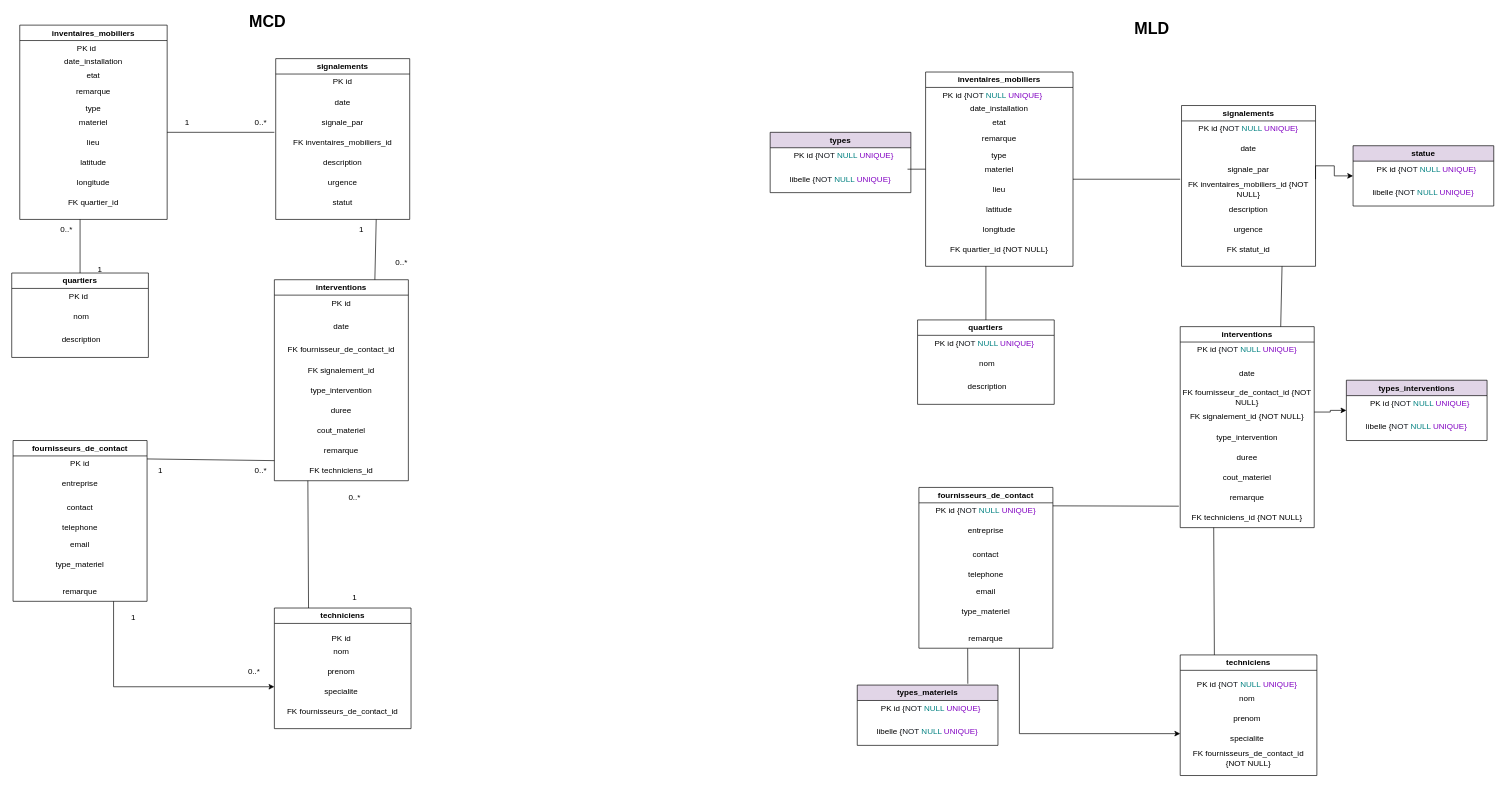
Above: MCD.drawio in justinestalder-svg/Analyse-des-d-lais-de-traitement-par-quartier (draw.io), before the change. Source tidied: cells renumbered, new cells numbered last; positions are measured from the earlier drawing's top-left corner, leaving out a move shared by most shapes. Both pictures are drawn from the tidied source at 67%, with x=0, y=0 at pixel (11, 11).
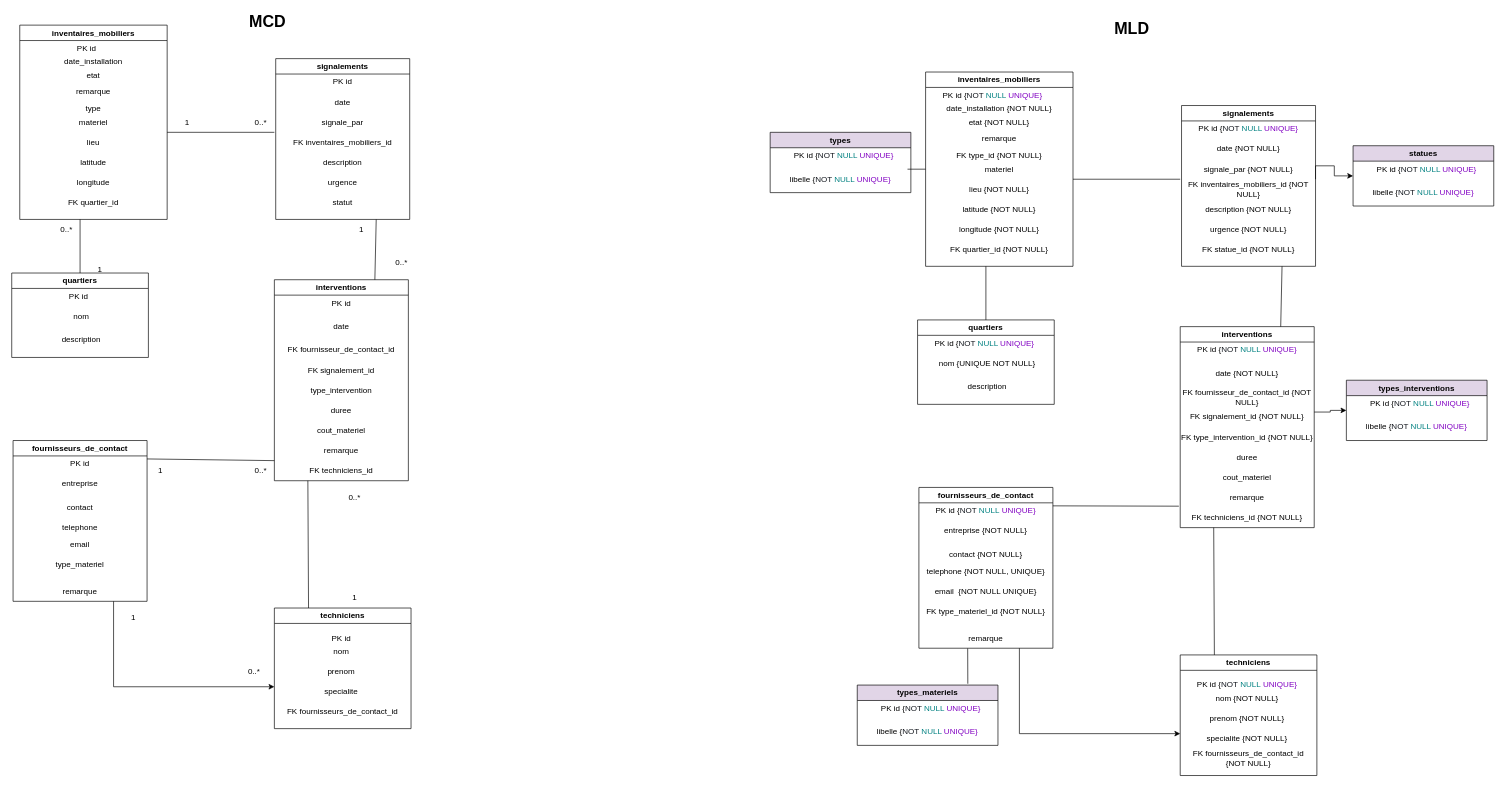
Above is the later version.

Commit message:
Mettre à jour MCD.drawio

Unchanged cells that the change refers to:
```xml
<mxCell id="69" value="fournisseurs_de_contact" style="swimlane;whiteSpace=wrap;html=1;" parent="1" vertex="1">
  <mxGeometry x="1354" y="710" width="200" height="240" as="geometry" />
</mxCell>
<mxCell id="77" value="interventions" style="swimlane;whiteSpace=wrap;html=1;" parent="1" vertex="1">
  <mxGeometry x="1744" y="470" width="200" height="300" as="geometry" />
</mxCell>
<mxCell id="87" value="inventaires_mobiliers" style="swimlane;whiteSpace=wrap;html=1;rounded=0;align=center;verticalAlign=middle;fontFamily=Helvetica;fontSize=12;fontColor=default;fillColor=none;gradientColor=none;" parent="1" vertex="1">
  <mxGeometry x="1364" y="90" width="220" height="290" as="geometry" />
</mxCell>
<mxCell id="98" value="signalements" style="swimlane;whiteSpace=wrap;html=1;" parent="1" vertex="1">
  <mxGeometry x="1746" y="140" width="200" height="240" as="geometry" />
</mxCell>
<mxCell id="109" value="quartiers" style="swimlane;whiteSpace=wrap;html=1;" parent="1" vertex="1">
  <mxGeometry x="1352" y="460" width="204" height="126" as="geometry" />
</mxCell>
<mxCell id="113" value="techniciens" style="swimlane;whiteSpace=wrap;html=1;startSize=23;" parent="1" vertex="1">
  <mxGeometry x="1744" y="960" width="204" height="180" as="geometry" />
</mxCell>
```

What changed in the source:
```diff
@@
     <mxCell id="68" value="&lt;font style=&quot;font-size: 24px;&quot;&gt;&lt;b&gt;MLD&lt;/b&gt;&lt;/font&gt;" style="text;html=1;whiteSpace=wrap;strokeColor=none;fillColor=none;align=center;verticalAlign=middle;rounded=0;" parent="1" vertex="1">
-      <mxGeometry x="1672" y="10" width="60" height="30" as="geometry" />
+      <mxGeometry x="1642" y="10" width="60" height="30" as="geometry" />
     </mxCell>
@@
-    <mxCell id="71" value="entreprise" style="text;html=1;whiteSpace=wrap;strokeColor=none;fillColor=none;align=center;verticalAlign=middle;rounded=0;" parent="69" vertex="1">
+    <mxCell id="71" value="entreprise {NOT NULL}" style="text;html=1;whiteSpace=wrap;strokeColor=none;fillColor=none;align=center;verticalAlign=middle;rounded=0;" parent="69" vertex="1">
       <mxGeometry y="50" width="200" height="30" as="geometry" />
     </mxCell>
-    <mxCell id="72" value="contact" style="text;html=1;whiteSpace=wrap;strokeColor=none;fillColor=none;align=center;verticalAlign=middle;rounded=0;" parent="69" vertex="1">
+    <mxCell id="72" value="contact {NOT NULL}" style="text;html=1;whiteSpace=wrap;strokeColor=none;fillColor=none;align=center;verticalAlign=middle;rounded=0;" parent="69" vertex="1">
       <mxGeometry y="85" width="200" height="30" as="geometry" />
     </mxCell>
-    <mxCell id="73" value="email" style="text;html=1;whiteSpace=wrap;strokeColor=none;fillColor=none;align=center;verticalAlign=middle;rounded=0;" parent="69" vertex="1">
+    <mxCell id="73" value="email&amp;nbsp; {NOT NULL UNIQUE}" style="text;html=1;whiteSpace=wrap;strokeColor=none;fillColor=none;align=center;verticalAlign=middle;rounded=0;" parent="69" vertex="1">
       <mxGeometry y="140" width="200" height="30" as="geometry" />
     </mxCell>
-    <mxCell id="74" value="type_materiel" style="text;html=1;whiteSpace=wrap;strokeColor=none;fillColor=none;align=center;verticalAlign=middle;rounded=0;" parent="69" vertex="1">
+    <mxCell id="74" value="FK type_materiel_id {NOT NULL}" style="text;html=1;whiteSpace=wrap;strokeColor=none;fillColor=none;align=center;verticalAlign=middle;rounded=0;" parent="69" vertex="1">
       <mxGeometry y="170" width="200" height="30" as="geometry" />
     </mxCell>
@@
-    <mxCell id="76" value="telephone" style="text;html=1;whiteSpace=wrap;strokeColor=none;fillColor=none;align=center;verticalAlign=middle;rounded=0;" parent="69" vertex="1">
-      <mxGeometry y="115" width="200" height="30" as="geometry" />
+    <mxCell id="76" value="telephone {NOT NULL, UNIQUE}" style="text;html=1;whiteSpace=wrap;strokeColor=none;fillColor=none;align=center;verticalAlign=middle;rounded=0;" parent="69" vertex="1">
+      <mxGeometry y="110" width="200" height="30" as="geometry" />
     </mxCell>
@@
-    <mxCell id="79" value="date" style="text;html=1;whiteSpace=wrap;strokeColor=none;fillColor=none;align=center;verticalAlign=middle;rounded=0;" parent="77" vertex="1">
+    <mxCell id="79" value="date {NOT NULL}" style="text;html=1;whiteSpace=wrap;strokeColor=none;fillColor=none;align=center;verticalAlign=middle;rounded=0;" parent="77" vertex="1">
       <mxGeometry y="55" width="200" height="30" as="geometry" />
     </mxCell>
-    <mxCell id="80" value="type_intervention" style="text;html=1;whiteSpace=wrap;strokeColor=none;fillColor=none;align=center;verticalAlign=middle;rounded=0;" parent="77" vertex="1">
+    <mxCell id="80" value="FK type_intervention_id {NOT NULL}" style="text;html=1;whiteSpace=wrap;strokeColor=none;fillColor=none;align=center;verticalAlign=middle;rounded=0;" parent="77" vertex="1">
       <mxGeometry y="150" width="200" height="30" as="geometry" />
     </mxCell>
@@
-    <mxCell id="89" value="date_installation" style="text;html=1;whiteSpace=wrap;strokeColor=none;fillColor=none;align=center;verticalAlign=middle;rounded=0;" parent="87" vertex="1">
+    <mxCell id="89" value="date_installation {NOT NULL}" style="text;html=1;whiteSpace=wrap;strokeColor=none;fillColor=none;align=center;verticalAlign=middle;rounded=0;" parent="87" vertex="1">
       <mxGeometry x="10" y="40" width="200" height="30" as="geometry" />
     </mxCell>
-    <mxCell id="90" value="etat" style="text;html=1;whiteSpace=wrap;strokeColor=none;fillColor=none;align=center;verticalAlign=middle;rounded=0;" parent="87" vertex="1">
+    <mxCell id="90" value="etat {NOT NULL}" style="text;html=1;whiteSpace=wrap;strokeColor=none;fillColor=none;align=center;verticalAlign=middle;rounded=0;" parent="87" vertex="1">
       <mxGeometry x="10" y="60" width="200" height="30" as="geometry" />
     </mxCell>
@@
-    <mxCell id="92" value="type" style="text;html=1;whiteSpace=wrap;strokeColor=none;fillColor=none;align=center;verticalAlign=middle;rounded=0;fontFamily=Helvetica;fontSize=12;fontColor=default;" parent="87" vertex="1">
+    <mxCell id="92" value="FK type_id {NOT NULL}" style="text;html=1;whiteSpace=wrap;strokeColor=none;fillColor=none;align=center;verticalAlign=middle;rounded=0;fontFamily=Helvetica;fontSize=12;fontColor=default;" parent="87" vertex="1">
       <mxGeometry x="10" y="110" width="200" height="30" as="geometry" />
     </mxCell>
@@
-    <mxCell id="94" value="lieu" style="text;html=1;whiteSpace=wrap;strokeColor=none;fillColor=none;align=center;verticalAlign=middle;rounded=0;fontFamily=Helvetica;fontSize=12;fontColor=default;" parent="87" vertex="1">
+    <mxCell id="94" value="lieu {NOT NULL}" style="text;html=1;whiteSpace=wrap;strokeColor=none;fillColor=none;align=center;verticalAlign=middle;rounded=0;fontFamily=Helvetica;fontSize=12;fontColor=default;" parent="87" vertex="1">
       <mxGeometry x="10" y="160" width="200" height="30" as="geometry" />
     </mxCell>
-    <mxCell id="95" value="latitude" style="text;html=1;whiteSpace=wrap;strokeColor=none;fillColor=none;align=center;verticalAlign=middle;rounded=0;fontFamily=Helvetica;fontSize=12;fontColor=default;" parent="87" vertex="1">
+    <mxCell id="95" value="latitude {NOT NULL}" style="text;html=1;whiteSpace=wrap;strokeColor=none;fillColor=none;align=center;verticalAlign=middle;rounded=0;fontFamily=Helvetica;fontSize=12;fontColor=default;" parent="87" vertex="1">
       <mxGeometry x="10" y="190" width="200" height="30" as="geometry" />
     </mxCell>
-    <mxCell id="96" value="longitude" style="text;html=1;whiteSpace=wrap;strokeColor=none;fillColor=none;align=center;verticalAlign=middle;rounded=0;fontFamily=Helvetica;fontSize=12;fontColor=default;" parent="87" vertex="1">
+    <mxCell id="96" value="longitude {NOT NULL}" style="text;html=1;whiteSpace=wrap;strokeColor=none;fillColor=none;align=center;verticalAlign=middle;rounded=0;fontFamily=Helvetica;fontSize=12;fontColor=default;" parent="87" vertex="1">
       <mxGeometry x="10" y="220" width="200" height="30" as="geometry" />
     </mxCell>
@@
-    <mxCell id="100" value="date" style="text;html=1;whiteSpace=wrap;strokeColor=none;fillColor=none;align=center;verticalAlign=middle;rounded=0;" parent="98" vertex="1">
+    <mxCell id="100" value="date {NOT NULL}" style="text;html=1;whiteSpace=wrap;strokeColor=none;fillColor=none;align=center;verticalAlign=middle;rounded=0;" parent="98" vertex="1">
       <mxGeometry y="50" width="200" height="30" as="geometry" />
     </mxCell>
-    <mxCell id="101" value="signale_par" style="text;html=1;whiteSpace=wrap;strokeColor=none;fillColor=none;align=center;verticalAlign=middle;rounded=0;" parent="98" vertex="1">
+    <mxCell id="101" value="signale_par {NOT NULL}" style="text;html=1;whiteSpace=wrap;strokeColor=none;fillColor=none;align=center;verticalAlign=middle;rounded=0;" parent="98" vertex="1">
       <mxGeometry y="80" width="200" height="30" as="geometry" />
     </mxCell>
-    <mxCell id="102" value="description" style="text;html=1;whiteSpace=wrap;strokeColor=none;fillColor=none;align=center;verticalAlign=middle;rounded=0;" parent="98" vertex="1">
+    <mxCell id="102" value="description {NOT NULL}" style="text;html=1;whiteSpace=wrap;strokeColor=none;fillColor=none;align=center;verticalAlign=middle;rounded=0;" parent="98" vertex="1">
       <mxGeometry y="140" width="200" height="30" as="geometry" />
     </mxCell>
-    <mxCell id="103" value="urgence" style="text;html=1;whiteSpace=wrap;strokeColor=none;fillColor=none;align=center;verticalAlign=middle;rounded=0;" parent="98" vertex="1">
+    <mxCell id="103" value="urgence {NOT NULL}" style="text;html=1;whiteSpace=wrap;strokeColor=none;fillColor=none;align=center;verticalAlign=middle;rounded=0;" parent="98" vertex="1">
       <mxGeometry y="170" width="200" height="30" as="geometry" />
     </mxCell>
-    <mxCell id="104" value="FK statut_id" style="text;html=1;whiteSpace=wrap;strokeColor=none;fillColor=none;align=center;verticalAlign=middle;rounded=0;" parent="98" vertex="1">
+    <mxCell id="104" value="FK statue_id {NOT NULL}" style="text;html=1;whiteSpace=wrap;strokeColor=none;fillColor=none;align=center;verticalAlign=middle;rounded=0;" parent="98" vertex="1">
       <mxGeometry y="200" width="200" height="30" as="geometry" />
     </mxCell>
@@
-    <mxCell id="111" value="nom" style="text;html=1;whiteSpace=wrap;strokeColor=none;fillColor=none;align=center;verticalAlign=middle;rounded=0;" parent="109" vertex="1">
+    <mxCell id="111" value="nom {UNIQUE NOT NULL}" style="text;html=1;whiteSpace=wrap;strokeColor=none;fillColor=none;align=center;verticalAlign=middle;rounded=0;" parent="109" vertex="1">
       <mxGeometry x="4" y="50" width="200" height="30" as="geometry" />
     </mxCell>
@@
-    <mxCell id="115" value="nom" style="text;html=1;whiteSpace=wrap;strokeColor=none;fillColor=none;align=center;verticalAlign=middle;rounded=0;" parent="113" vertex="1">
+    <mxCell id="115" value="nom {NOT NULL}" style="text;html=1;whiteSpace=wrap;strokeColor=none;fillColor=none;align=center;verticalAlign=middle;rounded=0;" parent="113" vertex="1">
       <mxGeometry y="50" width="200" height="30" as="geometry" />
     </mxCell>
-    <mxCell id="116" value="prenom" style="text;html=1;whiteSpace=wrap;strokeColor=none;fillColor=none;align=center;verticalAlign=middle;rounded=0;" parent="113" vertex="1">
+    <mxCell id="116" value="prenom {NOT NULL}" style="text;html=1;whiteSpace=wrap;strokeColor=none;fillColor=none;align=center;verticalAlign=middle;rounded=0;" parent="113" vertex="1">
       <mxGeometry y="80" width="200" height="30" as="geometry" />
     </mxCell>
-    <mxCell id="117" value="specialite" style="text;html=1;whiteSpace=wrap;strokeColor=none;fillColor=none;align=center;verticalAlign=middle;rounded=0;" parent="113" vertex="1">
+    <mxCell id="117" value="specialite {NOT NULL}" style="text;html=1;whiteSpace=wrap;strokeColor=none;fillColor=none;align=center;verticalAlign=middle;rounded=0;" parent="113" vertex="1">
       <mxGeometry y="110" width="200" height="30" as="geometry" />
     </mxCell>
@@
-    <mxCell id="122" value="statue" style="swimlane;whiteSpace=wrap;html=1;fillColor=#E1D5E7;" parent="1" vertex="1">
+    <mxCell id="122" value="statues" style="swimlane;whiteSpace=wrap;html=1;fillColor=#E1D5E7;" parent="1" vertex="1">
       <mxGeometry x="2002" y="200" width="210" height="90" as="geometry" />
     </mxCell>
```
